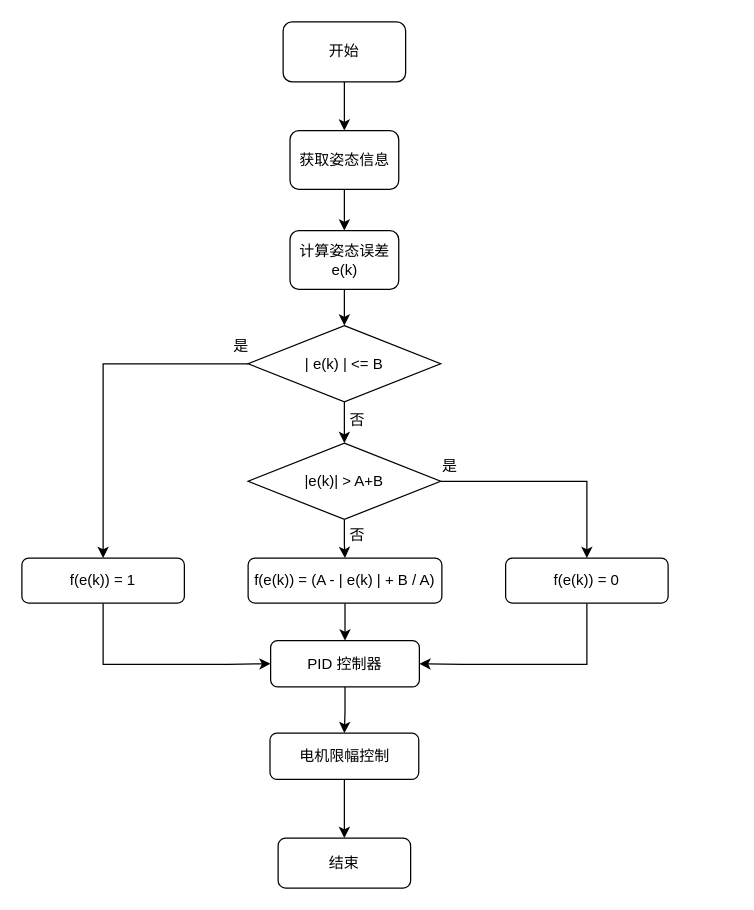
Above: 智能无人系统设计/姿态控制流程图.drawio in kurisaW/Graph_Store (draw.io), before the change. Source tidied: cells renumbered, new cells numbered last; positions are measured from the earlier drawing's top-left corner, leaving out a move shared by most shapes. Both pictures are drawn from the tidied source at 125%, with x=0, y=0 at pixel (21, 21).
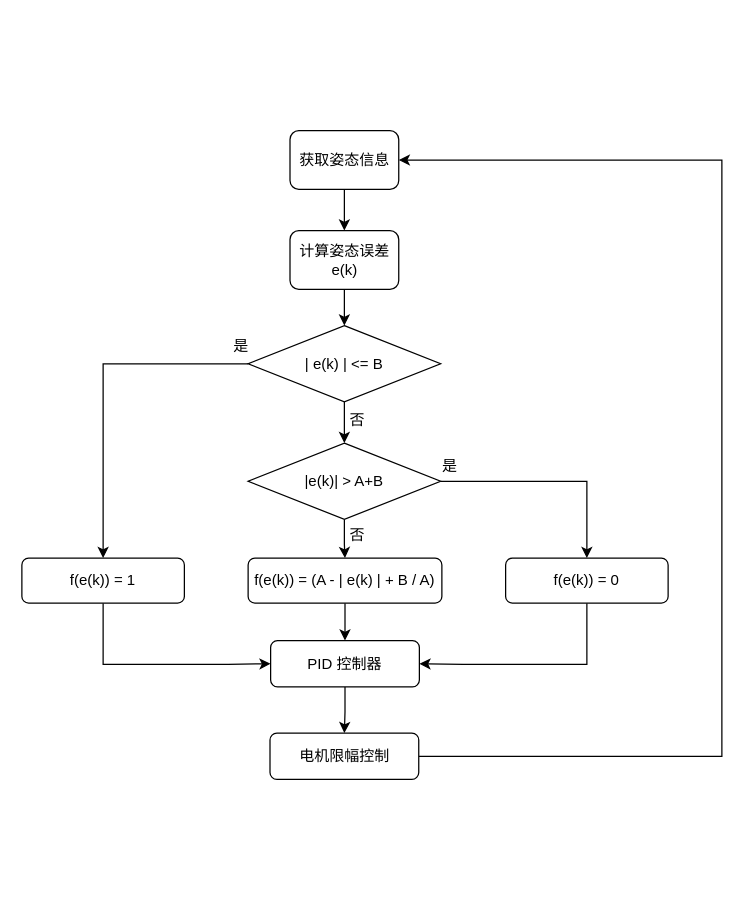
The same page after the edit.

Commit message (it also covers changes not shown here):
更新姿态控制流程图.drawio

Unchanged cells that the change refers to:
```xml
<mxCell id="5" value="获取姿态信息" style="whiteSpace=wrap;html=1;rounded=1;" parent="1" vertex="1">
  <mxGeometry x="214.5" y="87" width="87" height="47" as="geometry" />
</mxCell>
<mxCell id="27" value="电机限幅控制" style="rounded=1;whiteSpace=wrap;html=1;" parent="1" vertex="1">
  <mxGeometry x="198.5" y="569" width="119" height="37" as="geometry" />
</mxCell>
```

Change to the diagram source:
```diff
@@
-    <mxCell id="2" style="edgeStyle=orthogonalEdgeStyle;rounded=0;jettySize=auto;html=1;" parent="1" edge="1" source="3" target="5">
-      <mxGeometry relative="1" as="geometry" />
-    </mxCell>
-    <mxCell id="3" value="开始" style="rounded=1;whiteSpace=wrap;html=1;" parent="1" vertex="1">
-      <mxGeometry x="209" width="98" height="48" as="geometry" />
-    </mxCell>
@@
-    <mxCell id="26" style="edgeStyle=orthogonalEdgeStyle;rounded=0;jettySize=auto;html=1;" parent="1" edge="1" source="27" target="28">
-      <mxGeometry relative="1" as="geometry" />
-    </mxCell>
+    <mxCell id="29" style="edgeStyle=orthogonalEdgeStyle;rounded=0;jettySize=auto;html=1;entryX=1;entryY=0.5;entryDx=0;entryDy=0;" parent="1" edge="1" source="27" target="5">
+      <mxGeometry relative="1" as="geometry">
+        <Array as="points">
+          <mxPoint x="560" y="588" />
+          <mxPoint x="560" y="111" />
+        </Array>
+      </mxGeometry>
+    </mxCell>
@@
-    <mxCell id="28" value="结束" style="whiteSpace=wrap;html=1;rounded=1;" parent="1" vertex="1">
-      <mxGeometry x="205" y="653" width="106" height="40" as="geometry" />
-    </mxCell>
```
